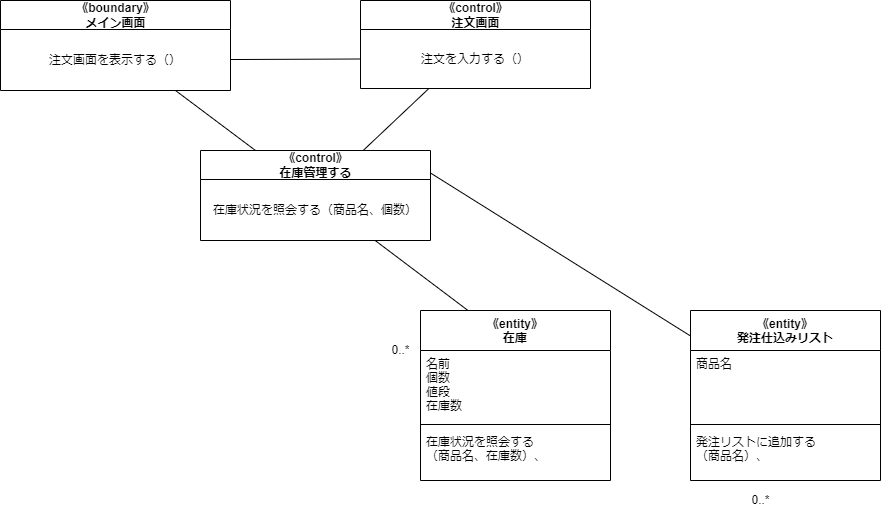
Above: psp4/分析モデルのクラス図/分析モデルクラス図_オーダー.drawio.png in MasakiHiguchi/--- (draw.io), before the change. Source tidied: cells renumbered, new cells last; positions are measured from the earlier drawing's top-left corner, leaving out a move shared by most shapes.
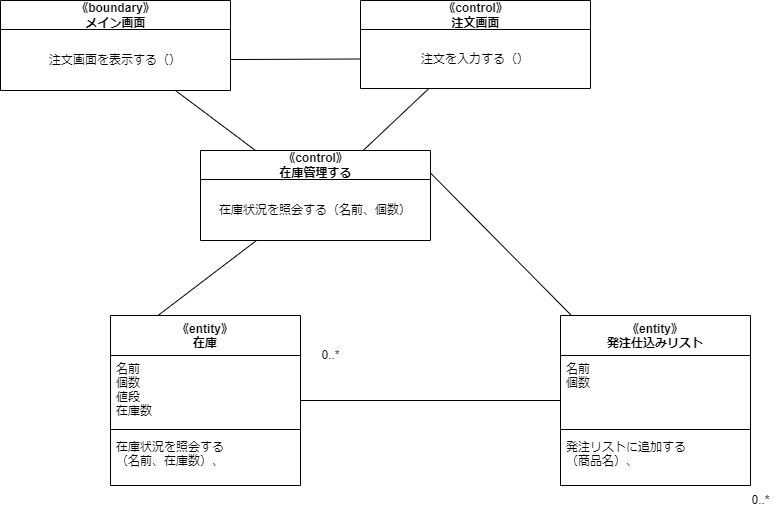
The same diagram one commit later.

What changed in the source:
```diff
@@ -2,8 +2,11 @@
   <root>
     <mxCell id="0" />
     <mxCell id="1" parent="0" />
+    <mxCell id="23" style="edgeStyle=none;html=1;entryX=0;entryY=0.5;entryDx=0;entryDy=0;endArrow=none;endFill=0;" parent="1" edge="1" source="2" target="18">
+      <mxGeometry relative="1" as="geometry" />
+    </mxCell>
     <mxCell id="2" value="《entity》&#10;在庫" style="swimlane;fontStyle=1;align=center;verticalAlign=top;horizontal=1;startSize=40;" parent="1" vertex="1">
-      <mxGeometry x="420" y="310" width="190" height="170" as="geometry" />
+      <mxGeometry x="110" y="315" width="190" height="170" as="geometry" />
     </mxCell>
     <mxCell id="3" value="名前&#10;個数&#10;値段&#10;在庫数" style="text;strokeColor=none;fillColor=none;align=left;verticalAlign=top;spacingLeft=4;spacingRight=4;overflow=hidden;" parent="2" vertex="1">
       <mxGeometry y="40" width="190" height="70" as="geometry" />
@@ -11,11 +14,11 @@
     <mxCell id="4" style="line;strokeWidth=1;fillColor=none;align=left;verticalAlign=middle;spacingTop=-1;spacingLeft=3;spacingRight=3;labelPosition=right;strokeColor=inherit;" parent="2" vertex="1">
       <mxGeometry y="110" width="190" height="8" as="geometry" />
     </mxCell>
-    <mxCell id="5" value="在庫状況を照会する&#10;（商品名、在庫数）、" style="text;strokeColor=none;fillColor=none;align=left;verticalAlign=top;spacingLeft=4;spacingRight=4;overflow=hidden;" parent="2" vertex="1">
+    <mxCell id="5" value="在庫状況を照会する&#10;（名前、在庫数）、" style="text;strokeColor=none;fillColor=none;align=left;verticalAlign=top;spacingLeft=4;spacingRight=4;overflow=hidden;" parent="2" vertex="1">
       <mxGeometry y="118" width="190" height="52" as="geometry" />
     </mxCell>
     <mxCell id="6" value="0..*" style="text;html=1;align=center;verticalAlign=middle;strokeColor=none;fillColor=none;" parent="1" vertex="1">
-      <mxGeometry x="380" y="335" width="40" height="30" as="geometry" />
+      <mxGeometry x="310" y="340" width="40" height="30" as="geometry" />
     </mxCell>
     <mxCell id="7" style="edgeStyle=none;html=1;entryX=0.25;entryY=0;entryDx=0;entryDy=0;endArrow=none;endFill=0;" parent="1" edge="1" source="8" target="2">
       <mxGeometry relative="1" as="geometry" />
@@ -23,7 +26,7 @@
     <mxCell id="8" value="《control》&lt;br&gt;在庫管理する" style="swimlane;fontStyle=1;align=center;verticalAlign=middle;horizontal=1;startSize=29;html=1;" parent="1" vertex="1">
       <mxGeometry x="200" y="150" width="230" height="90" as="geometry" />
     </mxCell>
-    <mxCell id="9" value="在庫状況を照会する（商品名、個数）" style="text;html=1;strokeColor=none;fillColor=none;align=center;verticalAlign=middle;spacingLeft=4;spacingRight=4;overflow=hidden;" parent="8" vertex="1">
+    <mxCell id="9" value="在庫状況を照会する（名前、個数）" style="text;html=1;strokeColor=none;fillColor=none;align=center;verticalAlign=middle;spacingLeft=4;spacingRight=4;overflow=hidden;" parent="8" vertex="1">
       <mxGeometry y="29" width="230" height="61" as="geometry" />
     </mxCell>
     <mxCell id="10" style="edgeStyle=none;html=1;endArrow=none;endFill=0;" parent="1" edge="1" source="11" target="8">
@@ -51,9 +54,9 @@
       <mxGeometry relative="1" as="geometry" />
     </mxCell>
     <mxCell id="18" value="《entity》&#10;発注仕込みリスト" style="swimlane;fontStyle=1;align=center;verticalAlign=top;horizontal=1;startSize=40;" parent="1" vertex="1">
-      <mxGeometry x="690" y="310" width="190" height="170" as="geometry" />
+      <mxGeometry x="560" y="315" width="190" height="170" as="geometry" />
     </mxCell>
-    <mxCell id="19" value="商品名" style="text;strokeColor=none;fillColor=none;align=left;verticalAlign=top;spacingLeft=4;spacingRight=4;overflow=hidden;" parent="18" vertex="1">
+    <mxCell id="19" value="名前&#10;個数" style="text;strokeColor=none;fillColor=none;align=left;verticalAlign=top;spacingLeft=4;spacingRight=4;overflow=hidden;" parent="18" vertex="1">
       <mxGeometry y="40" width="190" height="70" as="geometry" />
     </mxCell>
     <mxCell id="20" style="line;strokeWidth=1;fillColor=none;align=left;verticalAlign=middle;spacingTop=-1;spacingLeft=3;spacingRight=3;labelPosition=right;strokeColor=inherit;" parent="18" vertex="1">
```
